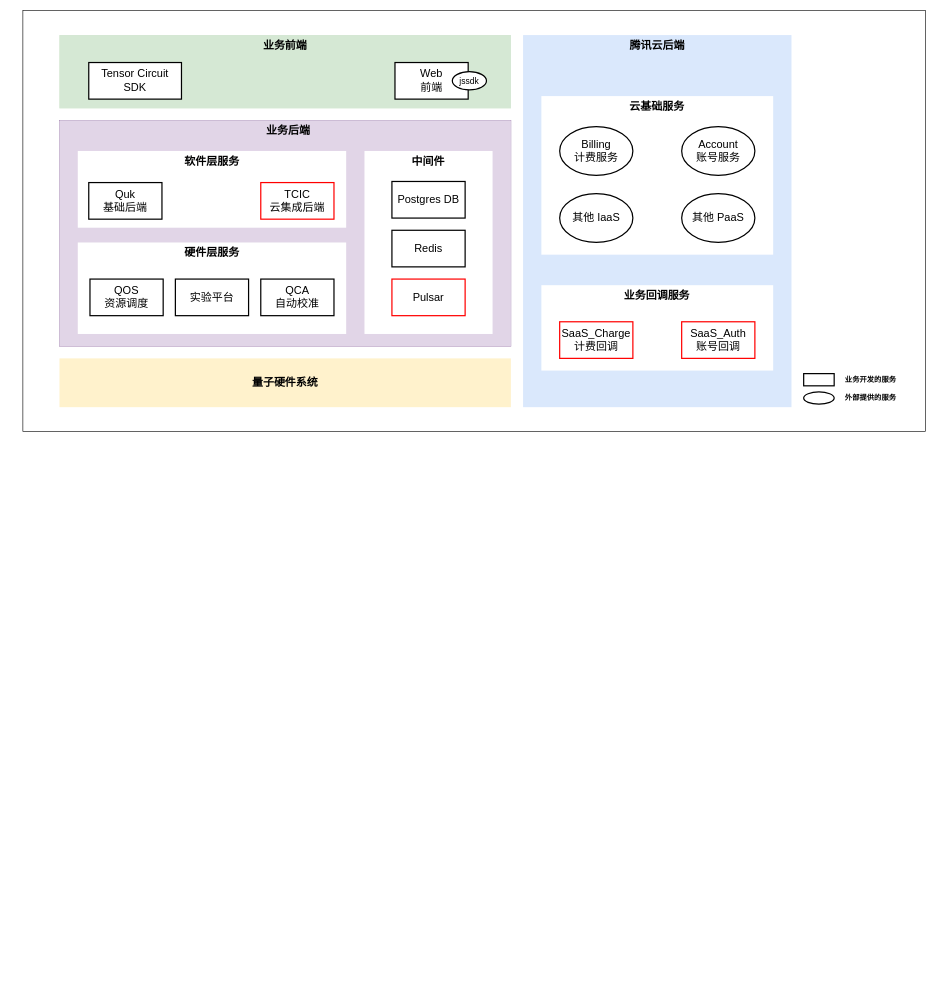
Above: page "云平台架构图" (1 of 4) of draft/答辩.drawio in mattshhuang/draw-io (draw.io), before the change. Source tidied: cells renumbered, new cells numbered last; positions are measured from the earlier drawing's top-left corner, leaving out a move shared by most shapes. Both pictures are drawn from the tidied source at 61%, with x=0, y=0 at pixel (23, 10).
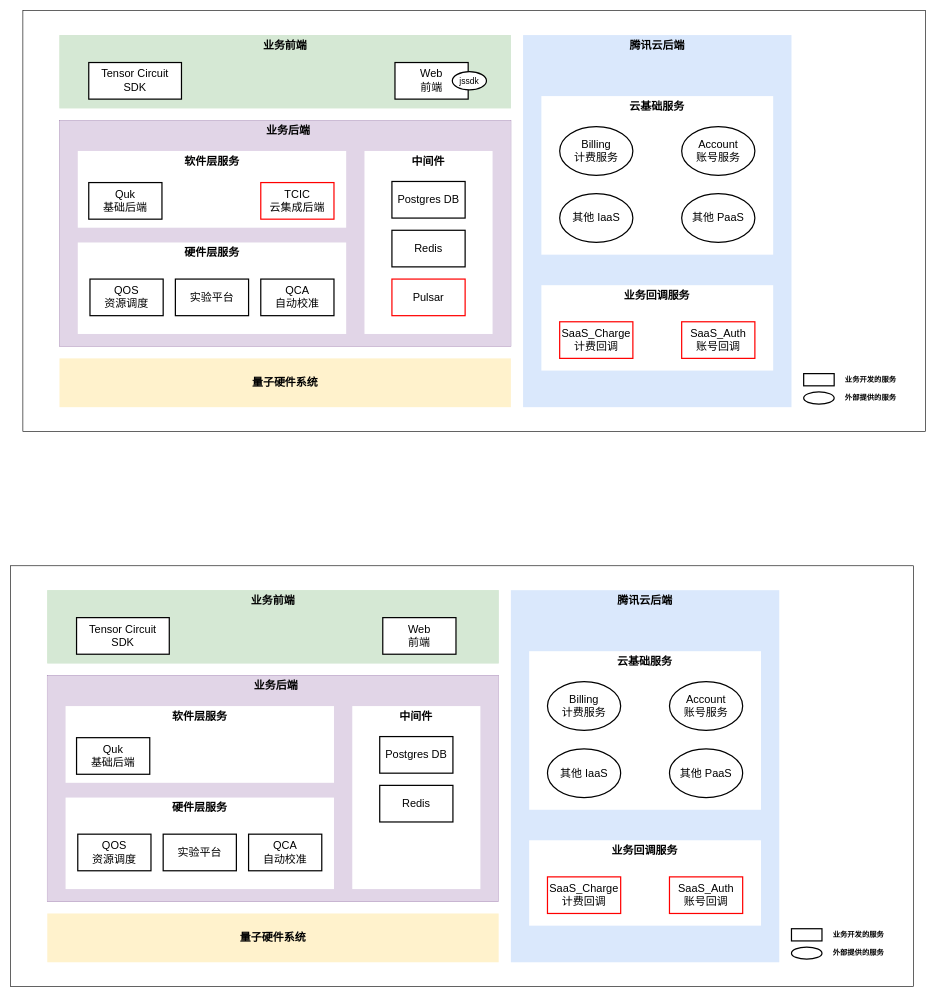
After the change.

Diff of the diagram source:
```diff
@@
+    <mxCell id="52" style="rounded=0;whiteSpace=wrap;html=1;" parent="1" vertex="1">
+      <mxGeometry x="-20" y="910" width="1480" height="690" as="geometry" />
+    </mxCell>
+    <mxCell id="53" style="group;" parent="1" vertex="1">
+      <mxGeometry x="800" y="950" width="630" height="610" as="geometry" />
+    </mxCell>
+    <mxCell id="54" style="rounded=0;whiteSpace=wrap;html=1;fillColor=#dae8fc;strokeColor=none;" parent="53" vertex="1">
+      <mxGeometry width="440" height="610" as="geometry" />
+    </mxCell>
+    <mxCell id="55" value="&lt;font style=&quot;font-size: 18px;&quot;&gt;&lt;b&gt;腾讯云后端&lt;/b&gt;&lt;/font&gt;" style="text;html=1;strokeColor=none;fillColor=none;align=center;verticalAlign=top;whiteSpace=wrap;rounded=0;" parent="53" vertex="1">
+      <mxGeometry x="135" width="170" height="30" as="geometry" />
+    </mxCell>
+    <mxCell id="56" style="group;" parent="53" vertex="1">
+      <mxGeometry x="30" y="120" width="380" height="270" as="geometry" />
+    </mxCell>
+    <mxCell id="57" style="group;" parent="56" vertex="1">
+      <mxGeometry y="-20" width="380" height="290" as="geometry" />
+    </mxCell>
+    <mxCell id="58" style="rounded=0;whiteSpace=wrap;html=1;strokeColor=none;" parent="57" vertex="1">
+      <mxGeometry width="380" height="260" as="geometry" />
+    </mxCell>
+    <mxCell id="59" value="&lt;span style=&quot;font-size: 18px;&quot;&gt;&lt;b&gt;云基础服务&lt;/b&gt;&lt;/span&gt;" style="text;html=1;strokeColor=none;fillColor=none;align=center;verticalAlign=top;whiteSpace=wrap;rounded=0;horizontal=1;" parent="57" vertex="1">
+      <mxGeometry x="125.4" width="129.2" height="35" as="geometry" />
+    </mxCell>
+    <mxCell id="60" value="&lt;font style=&quot;font-size: 18px;&quot;&gt;Billing&lt;br&gt;计费服务&lt;/font&gt;" style="ellipse;whiteSpace=wrap;html=1;strokeWidth=2;" parent="57" vertex="1">
+      <mxGeometry x="30" y="50" width="120" height="80" as="geometry" />
+    </mxCell>
+    <mxCell id="61" value="&lt;font style=&quot;font-size: 18px;&quot;&gt;Account&lt;br&gt;账号服务&lt;/font&gt;" style="ellipse;whiteSpace=wrap;html=1;strokeWidth=2;" parent="57" vertex="1">
+      <mxGeometry x="230" y="50" width="120" height="80" as="geometry" />
+    </mxCell>
+    <mxCell id="62" value="&lt;span style=&quot;font-size: 18px;&quot;&gt;其他 IaaS&lt;/span&gt;" style="ellipse;whiteSpace=wrap;html=1;strokeWidth=2;" parent="57" vertex="1">
+      <mxGeometry x="30" y="160" width="120" height="80" as="geometry" />
+    </mxCell>
+    <mxCell id="63" value="&lt;span style=&quot;font-size: 18px;&quot;&gt;其他 PaaS&lt;/span&gt;" style="ellipse;whiteSpace=wrap;html=1;strokeWidth=2;" parent="57" vertex="1">
+      <mxGeometry x="230" y="160" width="120" height="80" as="geometry" />
+    </mxCell>
+    <mxCell id="64" style="group;" parent="53" vertex="1">
+      <mxGeometry x="30" y="410" width="380" height="140" as="geometry" />
+    </mxCell>
+    <mxCell id="65" style="rounded=0;whiteSpace=wrap;html=1;strokeColor=none;" parent="64" vertex="1">
+      <mxGeometry width="380" height="140" as="geometry" />
+    </mxCell>
+    <mxCell id="66" value="&lt;span style=&quot;font-size: 18px;&quot;&gt;&lt;b&gt;业务回调服务&lt;/b&gt;&lt;/span&gt;" style="text;html=1;strokeColor=none;fillColor=none;align=center;verticalAlign=top;whiteSpace=wrap;rounded=0;horizontal=1;" parent="64" vertex="1">
+      <mxGeometry x="125.4" width="129.2" height="35" as="geometry" />
+    </mxCell>
+    <mxCell id="67" value="&lt;span style=&quot;font-size: 18px;&quot;&gt;SaaS_Charge&lt;br&gt;计费回调&lt;br&gt;&lt;/span&gt;" style="rounded=0;whiteSpace=wrap;html=1;strokeColor=#FF0000;strokeWidth=2;" parent="64" vertex="1">
+      <mxGeometry x="30" y="60" width="120" height="60" as="geometry" />
+    </mxCell>
+    <mxCell id="68" value="&lt;span style=&quot;font-size: 18px;&quot;&gt;SaaS_Auth&lt;br&gt;账号回调&lt;br&gt;&lt;/span&gt;" style="rounded=0;whiteSpace=wrap;html=1;strokeWidth=2;strokeColor=#FF0000;" parent="64" vertex="1">
+      <mxGeometry x="230" y="60" width="120" height="60" as="geometry" />
+    </mxCell>
+    <mxCell id="69" style="group;" parent="53" vertex="1">
+      <mxGeometry x="460" y="550" width="170" height="60" as="geometry" />
+    </mxCell>
+    <mxCell id="70" style="rounded=0;whiteSpace=wrap;html=1;strokeWidth=2;" parent="69" vertex="1">
+      <mxGeometry y="5" width="50" height="20" as="geometry" />
+    </mxCell>
+    <mxCell id="71" style="ellipse;whiteSpace=wrap;html=1;strokeWidth=2;" parent="69" vertex="1">
+      <mxGeometry y="35" width="50" height="20" as="geometry" />
+    </mxCell>
+    <mxCell id="72" value="&lt;b&gt;业务开发的服务&lt;/b&gt;" style="text;html=1;strokeColor=none;fillColor=none;align=center;verticalAlign=middle;whiteSpace=wrap;rounded=0;" parent="69" vertex="1">
+      <mxGeometry x="50" width="120" height="30" as="geometry" />
+    </mxCell>
+    <mxCell id="73" value="&lt;b&gt;外部提供的服务&lt;/b&gt;" style="text;html=1;strokeColor=none;fillColor=none;align=center;verticalAlign=middle;whiteSpace=wrap;rounded=0;" parent="69" vertex="1">
+      <mxGeometry x="50" y="30" width="120" height="30" as="geometry" />
+    </mxCell>
+    <mxCell id="74" style="group;fillColor=#d5e8d4;strokeColor=none;gradientDirection=south;gradientColor=none;fillStyle=auto;" parent="1" vertex="1">
+      <mxGeometry x="40" y="950" width="740" height="120" as="geometry" />
+    </mxCell>
+    <mxCell id="75" style="rounded=0;whiteSpace=wrap;html=1;fillColor=#d5e8d4;strokeColor=none;" parent="74" vertex="1">
+      <mxGeometry width="740" height="120" as="geometry" />
+    </mxCell>
+    <mxCell id="76" value="&lt;font style=&quot;font-size: 18px;&quot;&gt;&lt;b&gt;业务前端&lt;/b&gt;&lt;/font&gt;" style="text;html=1;strokeColor=none;fillColor=none;align=center;verticalAlign=top;whiteSpace=wrap;rounded=0;horizontal=1;" parent="74" vertex="1">
+      <mxGeometry x="244.2" width="251.6" height="30" as="geometry" />
+    </mxCell>
+    <mxCell id="77" style="group;" parent="74" vertex="1">
+      <mxGeometry x="550" y="45" width="150" height="60" as="geometry" />
+    </mxCell>
+    <mxCell id="78" value="&lt;font style=&quot;font-size: 18px;&quot;&gt;Web&lt;br&gt;前端&lt;br&gt;&lt;/font&gt;" style="rounded=0;whiteSpace=wrap;html=1;strokeWidth=2;" parent="77" vertex="1">
+      <mxGeometry width="120" height="60" as="geometry" />
+    </mxCell>
+    <mxCell id="79" value="&lt;font style=&quot;font-size: 18px;&quot;&gt;Tensor Circuit&lt;br&gt;SDK&lt;br&gt;&lt;/font&gt;" style="rounded=0;whiteSpace=wrap;html=1;strokeWidth=2;" parent="74" vertex="1">
+      <mxGeometry x="48" y="45" width="152" height="60" as="geometry" />
+    </mxCell>
+    <mxCell id="80" style="group;fillColor=#e1d5e7;strokeColor=#9673a6;" parent="1" vertex="1">
+      <mxGeometry x="40" y="1090" width="740" height="370" as="geometry" />
+    </mxCell>
+    <mxCell id="81" style="rounded=0;whiteSpace=wrap;html=1;fillColor=#e1d5e7;strokeColor=none;" parent="80" vertex="1">
+      <mxGeometry width="740" height="370" as="geometry" />
+    </mxCell>
+    <mxCell id="82" value="&lt;font style=&quot;font-size: 18px;&quot;&gt;&lt;b&gt;业务后端&lt;/b&gt;&lt;/font&gt;" style="text;html=1;strokeColor=none;fillColor=none;align=center;verticalAlign=top;whiteSpace=wrap;rounded=0;" parent="80" vertex="1">
+      <mxGeometry x="248.6" width="251.6" height="27.8" as="geometry" />
+    </mxCell>
+    <mxCell id="83" style="group;" parent="80" vertex="1">
+      <mxGeometry x="500" y="50" width="210" height="300" as="geometry" />
+    </mxCell>
+    <mxCell id="84" style="rounded=0;whiteSpace=wrap;html=1;strokeColor=none;" parent="83" vertex="1">
+      <mxGeometry width="210" height="300" as="geometry" />
+    </mxCell>
+    <mxCell id="85" value="&lt;font style=&quot;font-size: 18px;&quot;&gt;&lt;b&gt;中间件&lt;/b&gt;&lt;/font&gt;" style="text;html=1;strokeColor=none;fillColor=none;align=center;verticalAlign=top;whiteSpace=wrap;rounded=0;" parent="83" vertex="1">
+      <mxGeometry x="64.4" width="81.1" height="40" as="geometry" />
+    </mxCell>
+    <mxCell id="86" value="&lt;font style=&quot;font-size: 18px;&quot;&gt;Postgres DB&lt;br&gt;&lt;/font&gt;" style="rounded=0;whiteSpace=wrap;html=1;strokeWidth=2;" parent="83" vertex="1">
+      <mxGeometry x="45" y="50" width="120" height="60" as="geometry" />
+    </mxCell>
+    <mxCell id="87" value="&lt;font style=&quot;font-size: 18px;&quot;&gt;Redis&lt;br&gt;&lt;/font&gt;" style="rounded=0;whiteSpace=wrap;html=1;strokeWidth=2;" parent="83" vertex="1">
+      <mxGeometry x="45" y="130" width="120" height="60" as="geometry" />
+    </mxCell>
+    <mxCell id="88" style="group;" parent="1" vertex="1">
+      <mxGeometry x="70" y="1140" width="440" height="125.8" as="geometry" />
+    </mxCell>
+    <mxCell id="89" style="rounded=0;whiteSpace=wrap;html=1;strokeColor=none;" parent="88" vertex="1">
+      <mxGeometry width="440" height="125.8" as="geometry" />
+    </mxCell>
+    <mxCell id="90" value="&lt;font style=&quot;font-size: 18px;&quot;&gt;&lt;b&gt;软件层服务&lt;/b&gt;&lt;/font&gt;" style="text;html=1;strokeColor=none;fillColor=none;align=center;verticalAlign=top;whiteSpace=wrap;rounded=0;" parent="88" vertex="1">
+      <mxGeometry x="135" width="170" height="25.2" as="geometry" />
+    </mxCell>
+    <mxCell id="91" value="&lt;font style=&quot;font-size: 18px;&quot;&gt;&lt;b&gt;量子硬件系统&lt;/b&gt;&lt;/font&gt;" style="rounded=0;whiteSpace=wrap;html=1;fillColor=#fff2cc;strokeColor=none;" parent="1" vertex="1">
+      <mxGeometry x="40" y="1480" width="740" height="80" as="geometry" />
+    </mxCell>
+    <mxCell id="92" style="group;" parent="1" vertex="1">
+      <mxGeometry x="70" y="1290" width="440" height="150" as="geometry" />
+    </mxCell>
+    <mxCell id="93" style="rounded=0;whiteSpace=wrap;html=1;strokeColor=none;" parent="92" vertex="1">
+      <mxGeometry width="440" height="150" as="geometry" />
+    </mxCell>
+    <mxCell id="94" value="&lt;font style=&quot;font-size: 18px;&quot;&gt;&lt;b&gt;硬件层服务&lt;/b&gt;&lt;/font&gt;" style="text;html=1;strokeColor=none;fillColor=none;align=center;verticalAlign=top;whiteSpace=wrap;rounded=0;" parent="92" vertex="1">
+      <mxGeometry x="135" width="170" height="32.1" as="geometry" />
+    </mxCell>
+    <mxCell id="95" value="&lt;font style=&quot;font-size: 18px;&quot;&gt;QOS&lt;br&gt;资源调度&lt;br&gt;&lt;/font&gt;" style="rounded=0;whiteSpace=wrap;html=1;strokeWidth=2;" parent="92" vertex="1">
+      <mxGeometry x="20" y="60" width="120" height="60" as="geometry" />
+    </mxCell>
+    <mxCell id="96" value="&lt;font style=&quot;font-size: 18px;&quot;&gt;实验平台&lt;br&gt;&lt;/font&gt;" style="rounded=0;whiteSpace=wrap;html=1;strokeWidth=2;" parent="92" vertex="1">
+      <mxGeometry x="160" y="60" width="120" height="60" as="geometry" />
+    </mxCell>
+    <mxCell id="97" value="&lt;span style=&quot;font-size: 18px;&quot;&gt;QCA&lt;br&gt;自动校准&lt;/span&gt;" style="rounded=0;whiteSpace=wrap;html=1;strokeWidth=2;" parent="92" vertex="1">
+      <mxGeometry x="300" y="60" width="120" height="60" as="geometry" />
+    </mxCell>
+    <mxCell id="98" value="&lt;font style=&quot;font-size: 18px;&quot;&gt;Quk&lt;br&gt;基础后端&lt;br&gt;&lt;/font&gt;" style="rounded=0;whiteSpace=wrap;html=1;strokeWidth=2;" parent="1" vertex="1">
+      <mxGeometry x="88" y="1191.8" width="120" height="60" as="geometry" />
+    </mxCell>
```
